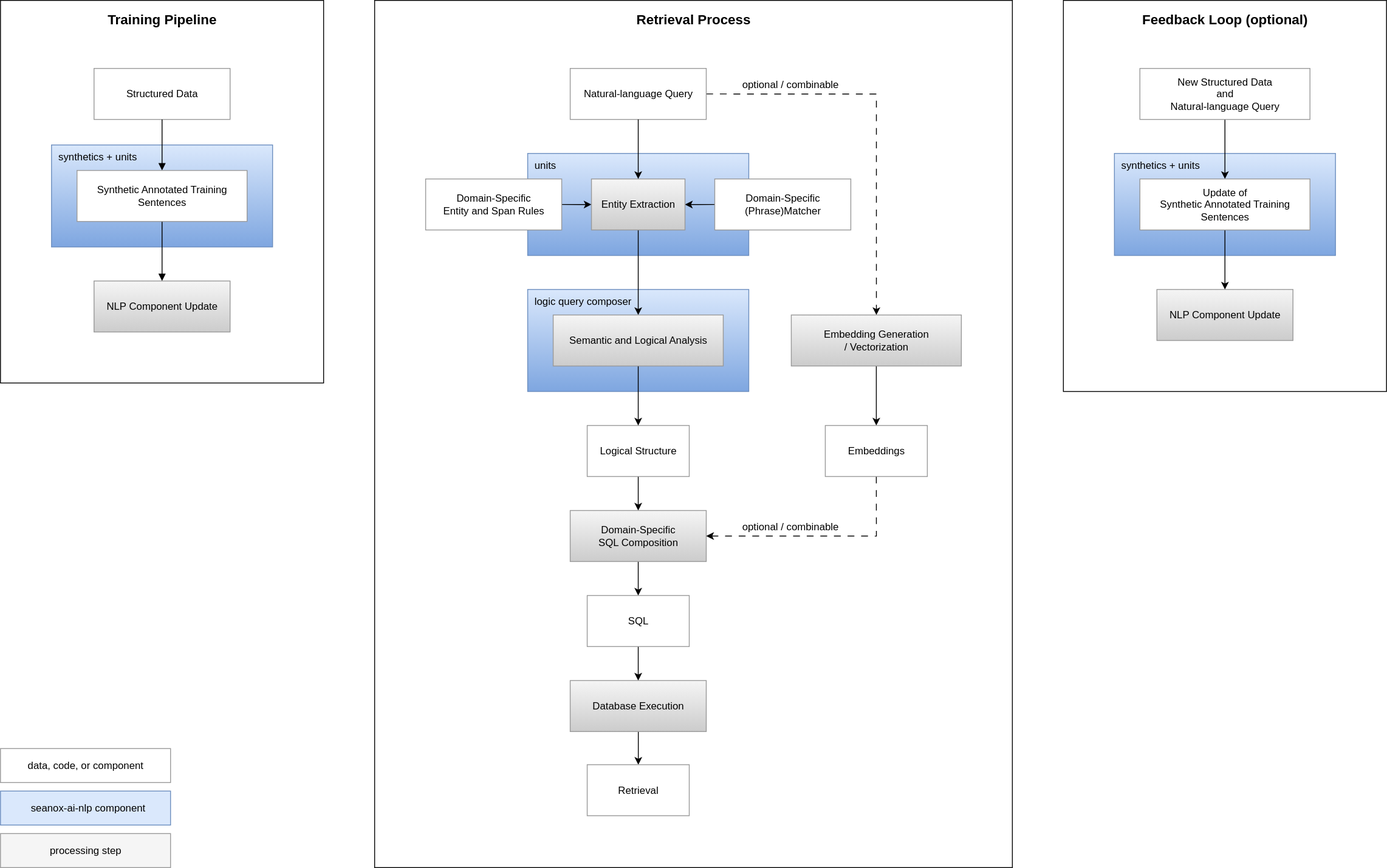
Earlier version of the draw.io export assets/retrieval-process.svg (seanox/seanox-ai-nlp). Source tidied: cells renumbered, new cells last; positions are measured from the earlier drawing's top-left corner, leaving out a move shared by most shapes.
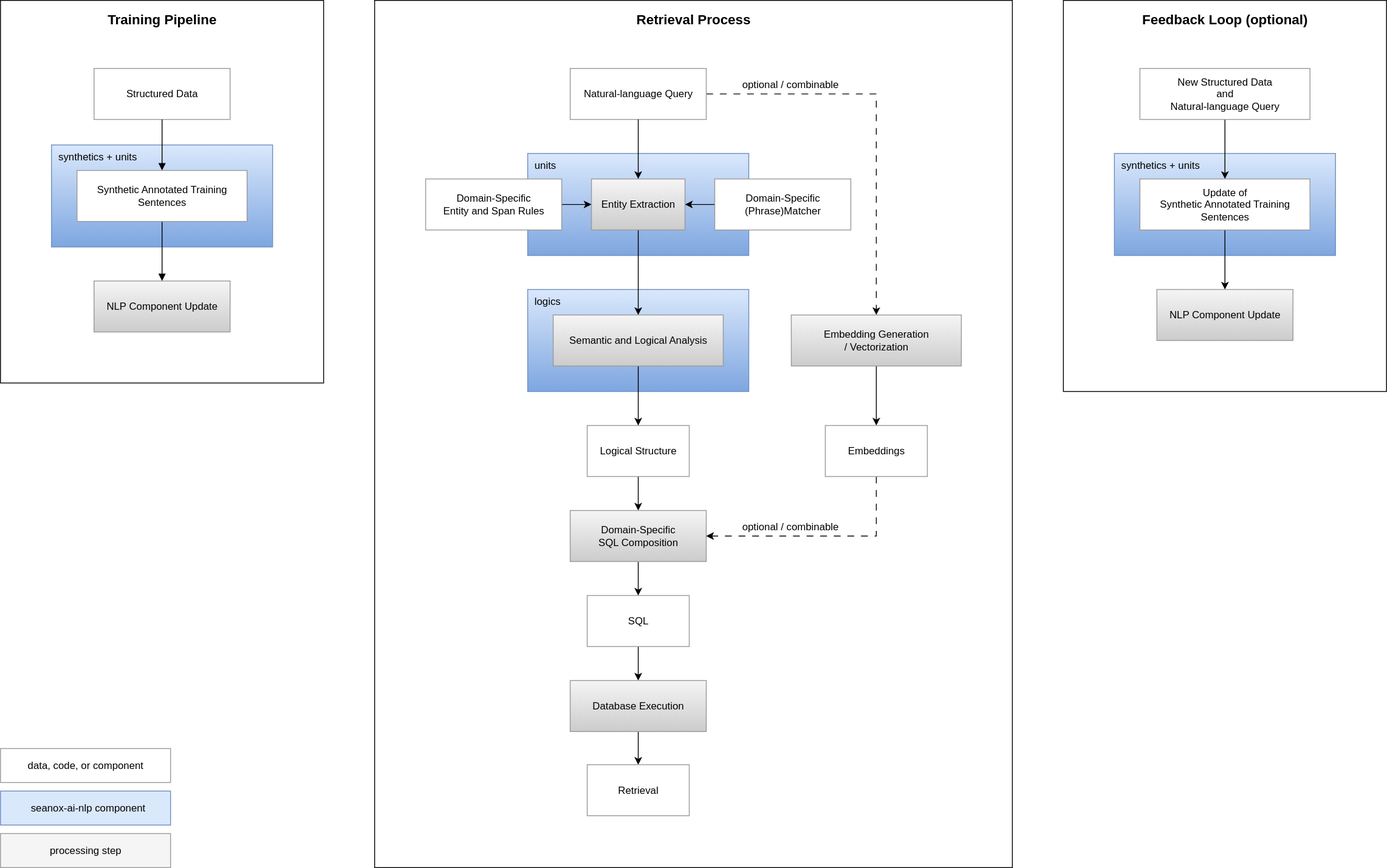
The same file after the commit.

Diff of the diagram source:
```diff
@@ -11,7 +11,7 @@
     <mxCell id="4" value="Training Pipeline" style="rounded=0;whiteSpace=wrap;html=1;verticalAlign=top;fontSize=16;fontStyle=1;fillColor=default;spacingTop=6;labelBackgroundColor=none;" parent="1" vertex="1">
       <mxGeometry width="380" height="450" as="geometry" />
     </mxCell>
-    <mxCell id="5" value="logic query composer" style="whiteSpace=wrap;strokeWidth=1;fillColor=#dae8fc;gradientColor=#7ea6e0;strokeColor=#6c8ebf;verticalAlign=top;align=left;spacingLeft=6;" parent="1" vertex="1">
+    <mxCell id="5" value="logics" style="whiteSpace=wrap;strokeWidth=1;fillColor=#dae8fc;gradientColor=#7ea6e0;strokeColor=#6c8ebf;verticalAlign=top;align=left;spacingLeft=6;" parent="1" vertex="1">
       <mxGeometry x="620" y="340" width="260" height="120" as="geometry" />
     </mxCell>
     <mxCell id="6" style="edgeStyle=orthogonalEdgeStyle;rounded=0;jettySize=auto;html=1;entryX=0.5;entryY=0;entryDx=0;entryDy=0;exitX=0.5;exitY=1;exitDx=0;exitDy=0;" parent="1" edge="1" source="7" target="9">
```
